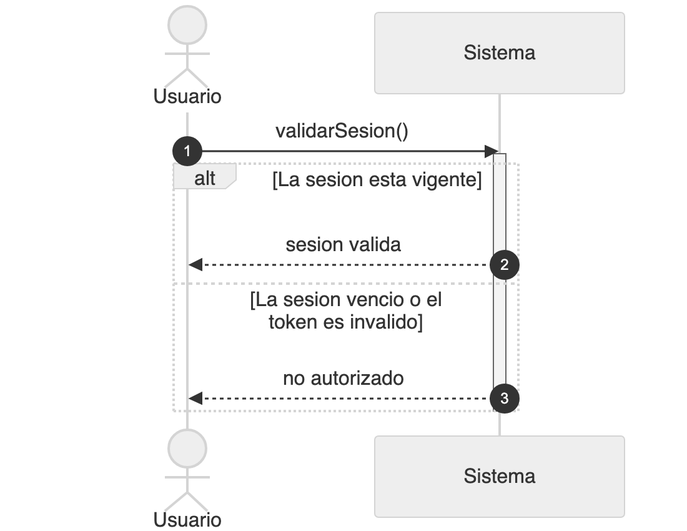
The Mermaid diagram diagramas/png/DSS_CU-091_Validar-Vigencia-Del-Token-De-Sesion.png in Nahuelito-Dev/splg-docs, before a commit. Its source is kept beside it as diagramas/DSS_CU-091_Validar-Vigencia-Del-Token-De-Sesion.mmd.
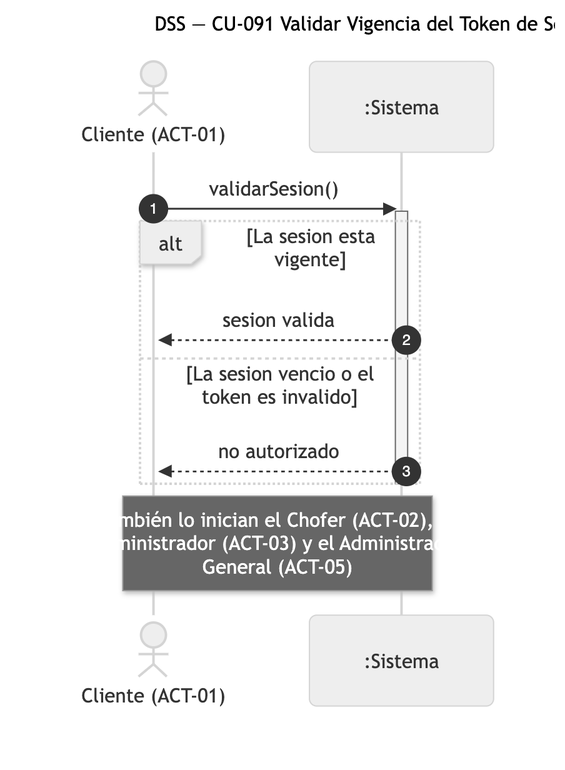
Above is the later version.

The edit, as a diff of the source:
```diff
@@ -1,8 +1,8 @@
 sequenceDiagram
-    title DSS — CU-091 Validar Vigencia Del Token De Sesion
+    title DSS — CU-091 Validar Vigencia del Token de Sesión
     autonumber
-    actor CLI as Usuario
-    participant SIS as Sistema
+    actor CLI as Cliente (ACT-01)
+    participant SIS as :Sistema
 
     CLI->>SIS: validarSesion()
     activate SIS
@@ -12,3 +12,4 @@
         SIS-->>CLI: no autorizado
     end
     deactivate SIS
+    Note over CLI,SIS: También lo inician el Chofer (ACT-02), el<br/>Administrador (ACT-03) y el Administrador<br/>General (ACT-05)
```
